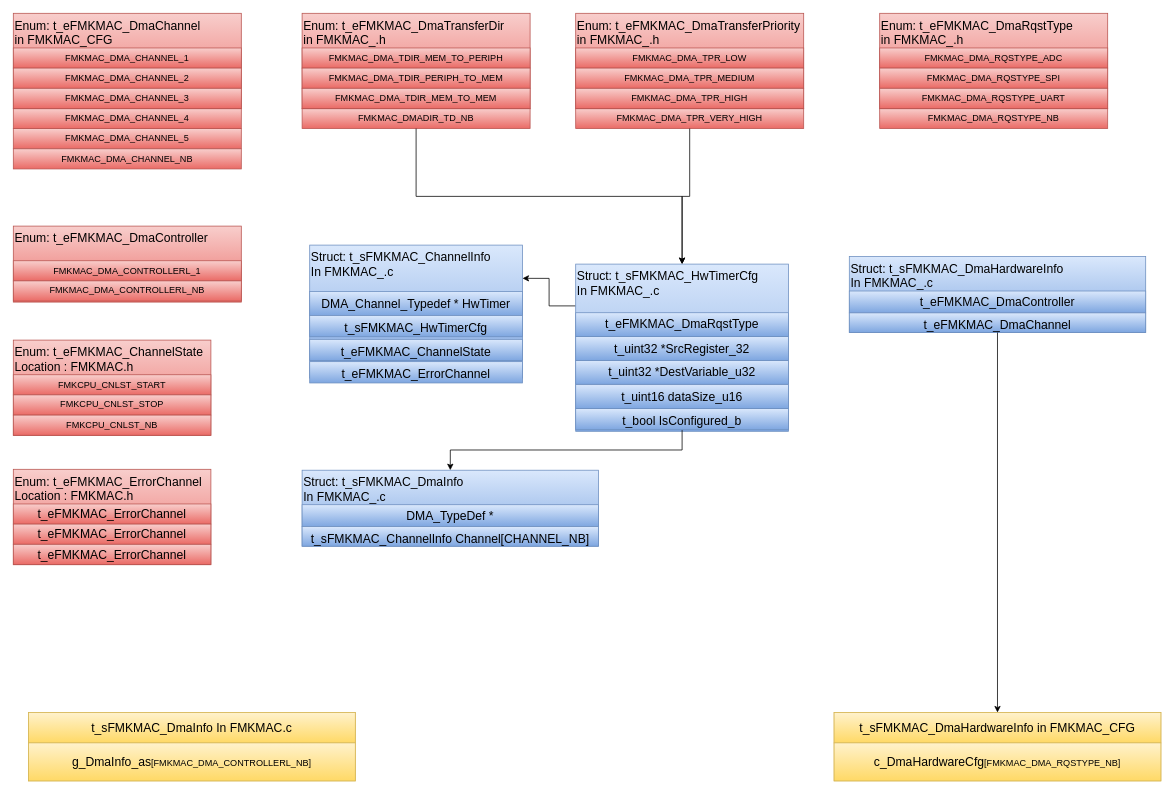
Earlier version of the draw.io diagram page "Type" (1 of 6) of src/1_FMK/FMK_HAL/FMK_MAC/Doc/FMK_MAC.drawio (mbarbeau0545/Stm32PrjTpl). Source tidied: cells renumbered, new cells numbered last; positions are measured from the earlier drawing's top-left corner, leaving out a move shared by most shapes. Both pictures are drawn from the tidied source at 76%, with x=0, y=0 at pixel (13, 13).
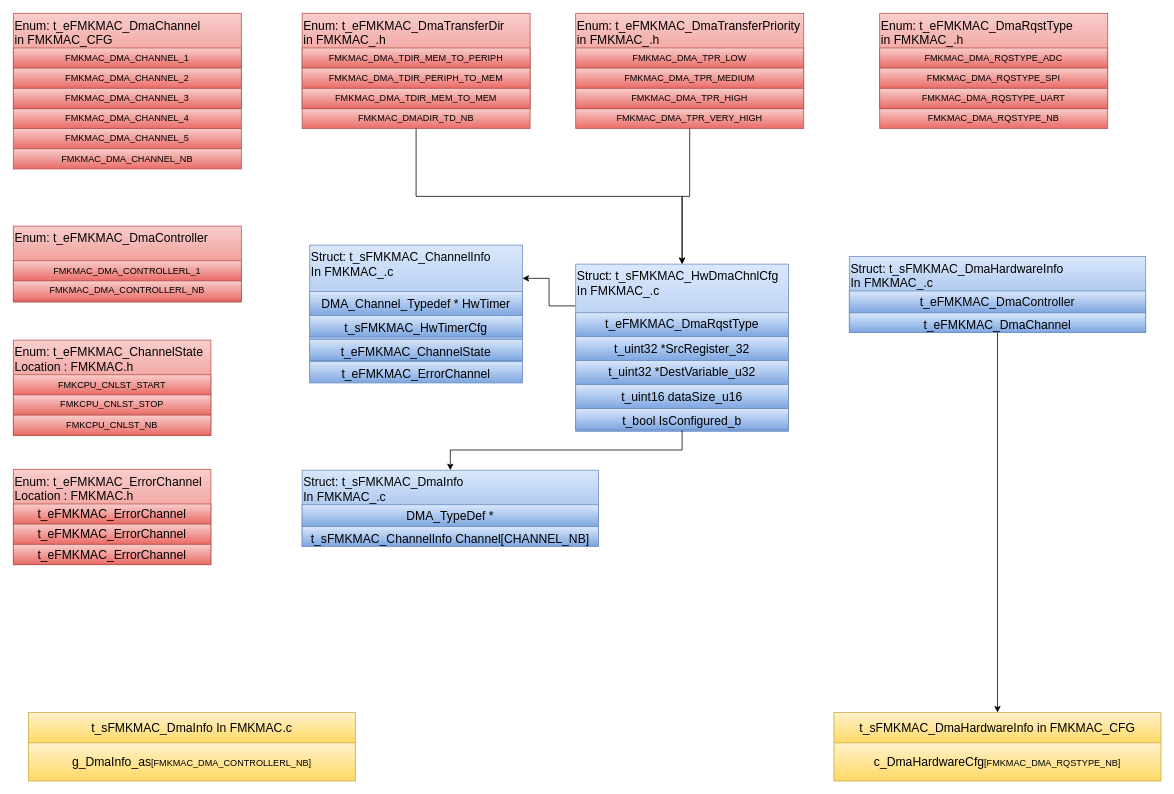
After the change.

What changed in the source:
```diff
@@
-    <mxCell id="37" value="&lt;span style=&quot;text-wrap: nowrap; color: rgb(0, 0, 0);&quot;&gt;Struct: t_sFMKMAC_HwTimerCfg&lt;/span&gt;&lt;div&gt;&lt;span style=&quot;color: rgb(0, 0, 0); text-wrap: nowrap;&quot;&gt;In FMKMAC_.c&lt;/span&gt;&lt;/div&gt;" style="rounded=0;whiteSpace=wrap;html=1;verticalAlign=top;fillColor=#dae8fc;gradientColor=#7ea6e0;strokeColor=#6c8ebf;fontSize=16;align=left;fontStyle=0;" parent="1" vertex="1">
+    <mxCell id="37" value="&lt;span style=&quot;text-wrap: nowrap; color: rgb(0, 0, 0);&quot;&gt;Struct: t_sFMKMAC_HwDmaChnlCfg&lt;/span&gt;&lt;div&gt;&lt;span style=&quot;color: rgb(0, 0, 0); text-wrap: nowrap;&quot;&gt;In FMKMAC_.c&lt;/span&gt;&lt;/div&gt;" style="rounded=0;whiteSpace=wrap;html=1;verticalAlign=top;fillColor=#dae8fc;gradientColor=#7ea6e0;strokeColor=#6c8ebf;fontSize=16;align=left;fontStyle=0;" parent="1" vertex="1">
       <mxGeometry x="740" y="330" width="280" height="220" as="geometry" />
     </mxCell>
```
